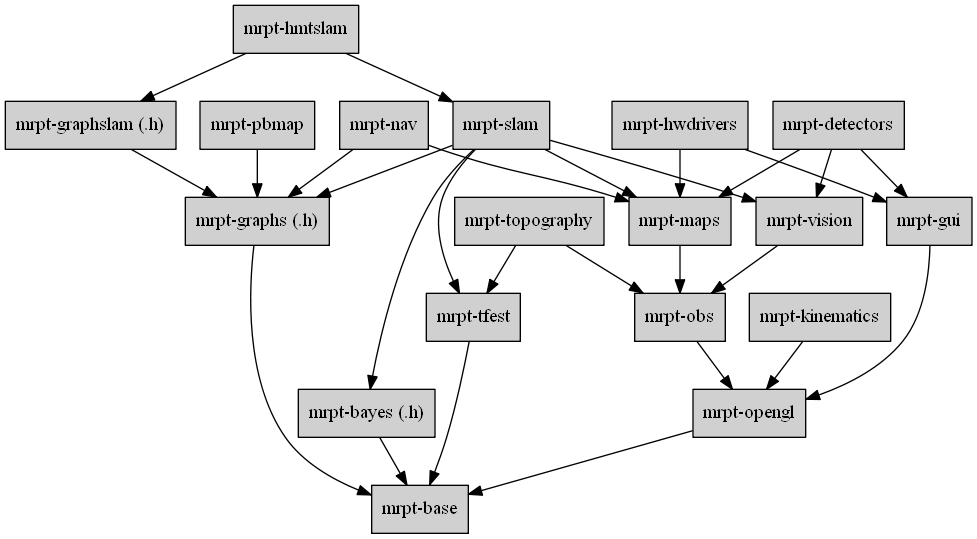
MRPT/mrpt keeps this Graphviz diagram as doc/design_of_images/graph_mrpt_libs.png. Above is the earlier version. Its source is kept beside it as doc/design_of_images/graph_mrpt_libs.dot.
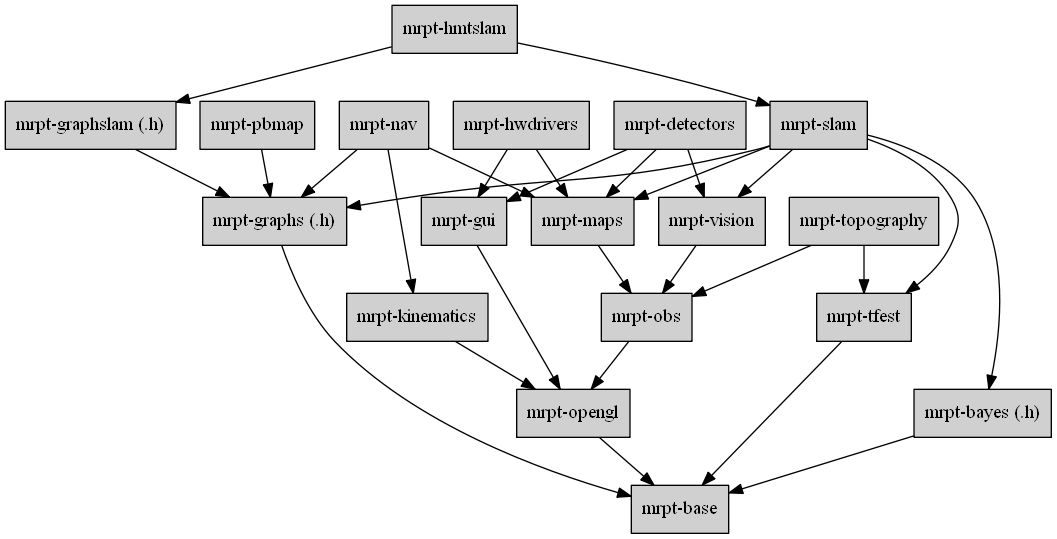
Later version of the same file.

The edit, as a diff of the source:
```diff
@@ -68,4 +68,5 @@
 
 	nav -> maps;
 	nav -> graphs;
+	nav -> kinematics;
 }
```
